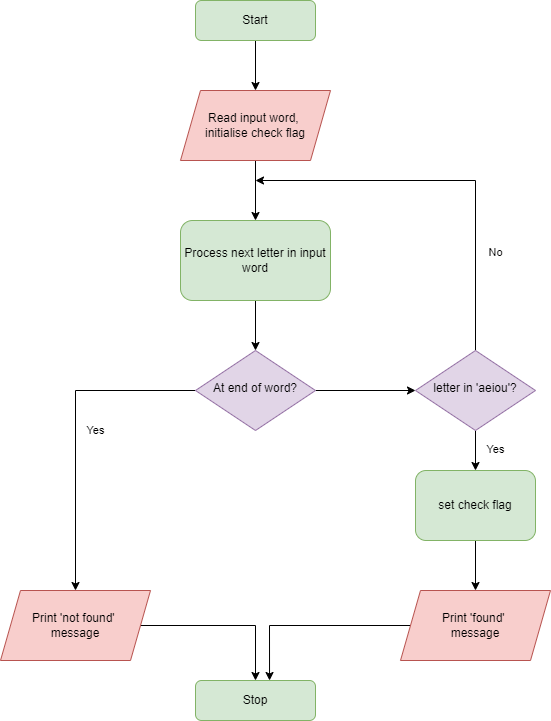
The draw.io diagram Python/Computer Programming 1 - 2.2.drawio.png in kgemson/rstudio, before a commit. Source tidied: cells renumbered, new cells last; positions are measured from the earlier drawing's top-left corner, leaving out a move shared by most shapes.
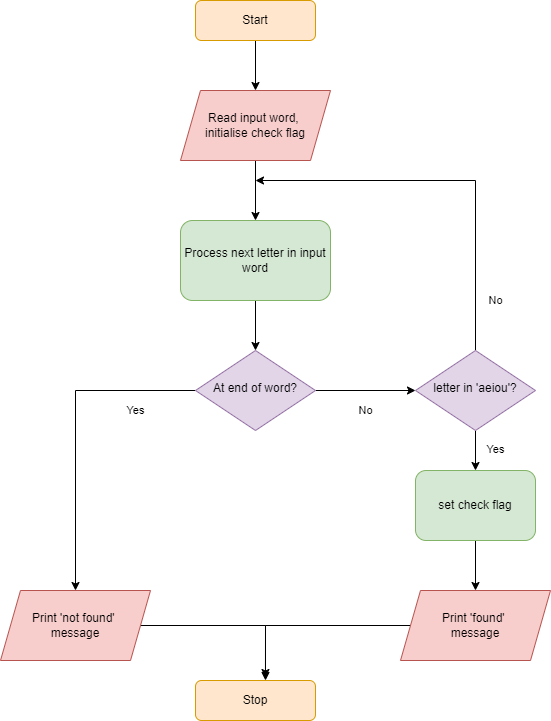
The same diagram one commit later.

The edit, as a diff of the source:
```diff
@@ -5,19 +5,19 @@
     <mxCell id="2" style="edgeStyle=orthogonalEdgeStyle;rounded=0;jettySize=auto;html=1;exitX=0.5;exitY=1;exitDx=0;exitDy=0;entryX=0.5;entryY=0;entryDx=0;entryDy=0;" parent="1" edge="1" source="3" target="9">
       <mxGeometry relative="1" as="geometry" />
     </mxCell>
-    <mxCell id="3" value="Start" style="rounded=1;whiteSpace=wrap;html=1;fontSize=12;glass=0;strokeWidth=1;shadow=0;fillColor=#d5e8d4;strokeColor=#82b366;" parent="1" vertex="1">
+    <mxCell id="3" value="Start" style="rounded=1;whiteSpace=wrap;html=1;fontSize=12;glass=0;strokeWidth=1;shadow=0;fillColor=#ffe6cc;strokeColor=#d79b00;" parent="1" vertex="1">
       <mxGeometry x="195" width="120" height="40" as="geometry" />
     </mxCell>
     <mxCell id="4" value="Yes" style="edgeStyle=orthogonalEdgeStyle;rounded=0;jettySize=auto;html=1;entryX=0.5;entryY=0;entryDx=0;entryDy=0;" parent="1" edge="1" source="6" target="13">
-      <mxGeometry y="20" relative="1" as="geometry" />
+      <mxGeometry x="-0.62" y="20" relative="1" as="geometry" />
     </mxCell>
-    <mxCell id="5" style="edgeStyle=orthogonalEdgeStyle;rounded=0;jettySize=auto;html=1;exitX=1;exitY=0.5;exitDx=0;exitDy=0;" parent="1" edge="1" source="6" target="20">
-      <mxGeometry relative="1" as="geometry" />
+    <mxCell id="5" value="No" style="edgeStyle=orthogonalEdgeStyle;rounded=0;jettySize=auto;html=1;exitX=1;exitY=0.5;exitDx=0;exitDy=0;" parent="1" edge="1" source="6" target="20">
+      <mxGeometry y="-20" relative="1" as="geometry" />
     </mxCell>
     <mxCell id="6" value="At end of word?" style="rhombus;whiteSpace=wrap;html=1;shadow=0;fontFamily=Helvetica;fontSize=12;align=center;strokeWidth=1;spacing=6;spacingTop=-4;fillColor=#e1d5e7;strokeColor=#9673a6;" parent="1" vertex="1">
       <mxGeometry x="195" y="350" width="120" height="80" as="geometry" />
     </mxCell>
-    <mxCell id="7" value="Stop" style="rounded=1;whiteSpace=wrap;html=1;fontSize=12;glass=0;strokeWidth=1;shadow=0;fillColor=#d5e8d4;strokeColor=#82b366;" parent="1" vertex="1">
+    <mxCell id="7" value="Stop" style="rounded=1;whiteSpace=wrap;html=1;fontSize=12;glass=0;strokeWidth=1;shadow=0;fillColor=#ffe6cc;strokeColor=#d79b00;" parent="1" vertex="1">
       <mxGeometry x="195" y="680" width="120" height="40" as="geometry" />
     </mxCell>
     <mxCell id="8" style="edgeStyle=orthogonalEdgeStyle;rounded=0;jettySize=auto;html=1;exitX=0.5;exitY=1;exitDx=0;exitDy=0;entryX=0.5;entryY=0;entryDx=0;entryDy=0;" parent="1" edge="1" source="9" target="11">
@@ -33,12 +33,16 @@
       <mxGeometry x="180" y="220" width="150" height="80" as="geometry" />
     </mxCell>
     <mxCell id="12" style="edgeStyle=orthogonalEdgeStyle;rounded=0;jettySize=auto;html=1;" parent="1" edge="1" source="13" target="7">
-      <mxGeometry relative="1" as="geometry" />
+      <mxGeometry relative="1" as="geometry">
+        <Array as="points">
+          <mxPoint x="265" y="625" />
+        </Array>
+      </mxGeometry>
     </mxCell>
     <mxCell id="13" value="Print 'not found' &lt;br&gt;message" style="shape=parallelogram;perimeter=parallelogramPerimeter;whiteSpace=wrap;html=1;fixedSize=1;fillColor=#f8cecc;strokeColor=#b85450;" parent="1" vertex="1">
       <mxGeometry y="590" width="150" height="70" as="geometry" />
     </mxCell>
-    <mxCell id="14" style="edgeStyle=orthogonalEdgeStyle;rounded=0;jettySize=auto;html=1;entryX=0.617;entryY=0;entryDx=0;entryDy=0;entryPerimeter=0;" parent="1" edge="1" source="15" target="7">
+    <mxCell id="14" style="edgeStyle=orthogonalEdgeStyle;rounded=0;jettySize=auto;html=1;entryX=0.583;entryY=-0.075;entryDx=0;entryDy=0;entryPerimeter=0;" parent="1" edge="1" source="15" target="7">
       <mxGeometry relative="1" as="geometry" />
     </mxCell>
     <mxCell id="15" value="Print 'found' &lt;br&gt;message" style="shape=parallelogram;perimeter=parallelogramPerimeter;whiteSpace=wrap;html=1;fixedSize=1;fillColor=#f8cecc;strokeColor=#b85450;" parent="1" vertex="1">
@@ -54,7 +58,7 @@
       <mxGeometry x="-0.07" y="20" relative="1" as="geometry" />
     </mxCell>
     <mxCell id="19" value="No" style="edgeStyle=orthogonalEdgeStyle;rounded=0;jettySize=auto;html=1;exitX=0.5;exitY=0;exitDx=0;exitDy=0;" parent="1" edge="1" source="20">
-      <mxGeometry x="-0.5" y="-20" relative="1" as="geometry">
+      <mxGeometry x="-0.74" y="-20" relative="1" as="geometry">
         <mxPoint x="255" y="180" as="targetPoint" />
         <Array as="points">
           <mxPoint x="475" y="180" />
```
